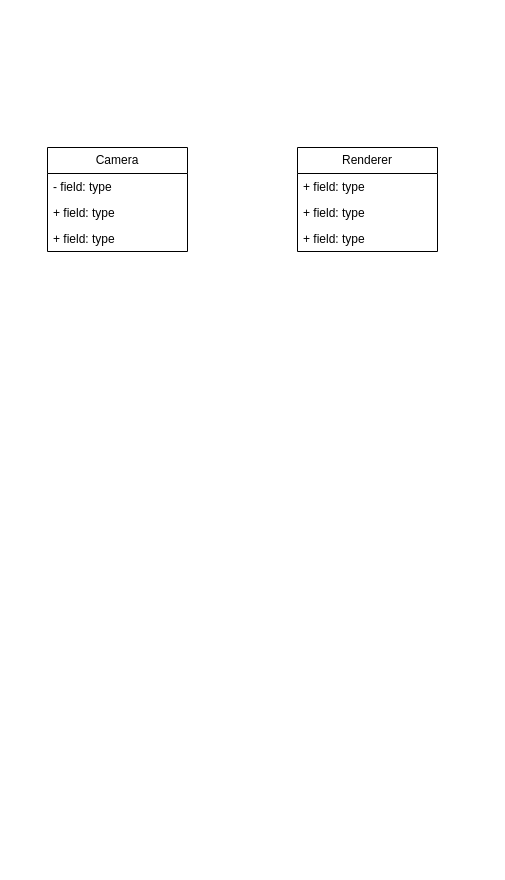
Above: TVCO.drawio in hugodlrll/TVCO3_UML (draw.io), before the change. Source tidied: cells renumbered, new cells numbered last; positions are measured from the earlier drawing's top-left corner, leaving out a move shared by most shapes. Both pictures are drawn from the tidied source at 100%, with x=0, y=0 at pixel (47, 147).
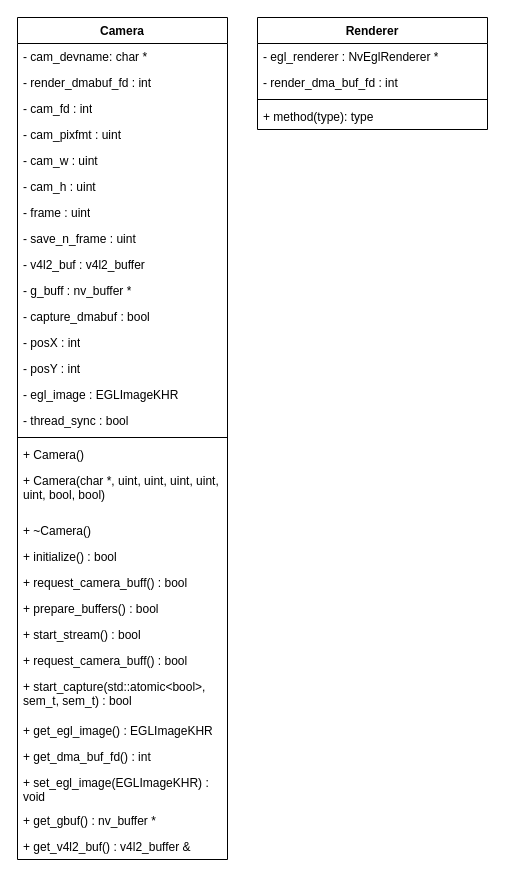
The same diagram, later.

Change to the diagram source:
```diff
@@
-    <mxCell id="2" value="Camera" style="swimlane;fontStyle=0;horizontal=1;startSize=26;fillColor=none;whiteSpace=wrap;html=1;" parent="1" vertex="1">
-      <mxGeometry width="140" height="104" as="geometry" />
+    <mxCell id="2" value="Camera" style="swimlane;fontStyle=1;align=center;verticalAlign=top;horizontal=1;startSize=26;whiteSpace=wrap;html=1;" parent="1" vertex="1">
+      <mxGeometry x="-30" y="-130" width="210" height="842" as="geometry" />
     </mxCell>
-    <mxCell id="3" value="- field: type" style="text;strokeColor=none;fillColor=none;align=left;verticalAlign=top;spacingLeft=4;spacingRight=4;overflow=hidden;whiteSpace=wrap;html=1;" parent="2" vertex="1">
-      <mxGeometry y="26" width="140" height="26" as="geometry" />
-    </mxCell>
-    <mxCell id="4" value="+ field: type" style="text;strokeColor=none;fillColor=none;align=left;verticalAlign=top;spacingLeft=4;spacingRight=4;overflow=hidden;whiteSpace=wrap;html=1;" parent="2" vertex="1">
-      <mxGeometry y="52" width="140" height="26" as="geometry" />
-    </mxCell>
-    <mxCell id="5" value="+ field: type" style="text;strokeColor=none;fillColor=none;align=left;verticalAlign=top;spacingLeft=4;spacingRight=4;overflow=hidden;whiteSpace=wrap;html=1;" parent="2" vertex="1">
-      <mxGeometry y="78" width="140" height="26" as="geometry" />
-    </mxCell>
+    <mxCell id="10" value="- cam_devname: char *" style="text;strokeColor=none;fillColor=none;align=left;verticalAlign=top;spacingLeft=4;spacingRight=4;overflow=hidden;whiteSpace=wrap;html=1;" parent="2" vertex="1">
+      <mxGeometry y="26" width="210" height="26" as="geometry" />
+    </mxCell>
+    <mxCell id="11" value="- render_dmabuf_fd : int" style="text;strokeColor=none;fillColor=none;align=left;verticalAlign=top;spacingLeft=4;spacingRight=4;overflow=hidden;whiteSpace=wrap;html=1;" parent="2" vertex="1">
+      <mxGeometry y="52" width="210" height="26" as="geometry" />
+    </mxCell>
+    <mxCell id="12" value="- cam_fd : int" style="text;strokeColor=none;fillColor=none;align=left;verticalAlign=top;spacingLeft=4;spacingRight=4;overflow=hidden;whiteSpace=wrap;html=1;" parent="2" vertex="1">
+      <mxGeometry y="78" width="210" height="26" as="geometry" />
+    </mxCell>
+    <mxCell id="13" value="- cam_pixfmt : uint" style="text;strokeColor=none;fillColor=none;align=left;verticalAlign=top;spacingLeft=4;spacingRight=4;overflow=hidden;whiteSpace=wrap;html=1;" parent="2" vertex="1">
+      <mxGeometry y="104" width="210" height="26" as="geometry" />
+    </mxCell>
+    <mxCell id="14" value="- cam_w : uint" style="text;strokeColor=none;fillColor=none;align=left;verticalAlign=top;spacingLeft=4;spacingRight=4;overflow=hidden;whiteSpace=wrap;html=1;" parent="2" vertex="1">
+      <mxGeometry y="130" width="210" height="26" as="geometry" />
+    </mxCell>
+    <mxCell id="15" value="- cam_h : uint" style="text;strokeColor=none;fillColor=none;align=left;verticalAlign=top;spacingLeft=4;spacingRight=4;overflow=hidden;whiteSpace=wrap;html=1;" parent="2" vertex="1">
+      <mxGeometry y="156" width="210" height="26" as="geometry" />
+    </mxCell>
+    <mxCell id="16" value="- frame : uint" style="text;strokeColor=none;fillColor=none;align=left;verticalAlign=top;spacingLeft=4;spacingRight=4;overflow=hidden;whiteSpace=wrap;html=1;" parent="2" vertex="1">
+      <mxGeometry y="182" width="210" height="26" as="geometry" />
+    </mxCell>
+    <mxCell id="17" value="- save_n_frame : uint" style="text;strokeColor=none;fillColor=none;align=left;verticalAlign=top;spacingLeft=4;spacingRight=4;overflow=hidden;whiteSpace=wrap;html=1;" parent="2" vertex="1">
+      <mxGeometry y="208" width="210" height="26" as="geometry" />
+    </mxCell>
+    <mxCell id="18" value="- v4l2_buf : v4l2_buffer" style="text;strokeColor=none;fillColor=none;align=left;verticalAlign=top;spacingLeft=4;spacingRight=4;overflow=hidden;whiteSpace=wrap;html=1;" parent="2" vertex="1">
+      <mxGeometry y="234" width="210" height="26" as="geometry" />
+    </mxCell>
+    <mxCell id="19" value="- g_buff : nv_buffer *" style="text;strokeColor=none;fillColor=none;align=left;verticalAlign=top;spacingLeft=4;spacingRight=4;overflow=hidden;whiteSpace=wrap;html=1;" parent="2" vertex="1">
+      <mxGeometry y="260" width="210" height="26" as="geometry" />
+    </mxCell>
+    <mxCell id="20" value="- capture_dmabuf : bool" style="text;strokeColor=none;fillColor=none;align=left;verticalAlign=top;spacingLeft=4;spacingRight=4;overflow=hidden;whiteSpace=wrap;html=1;" parent="2" vertex="1">
+      <mxGeometry y="286" width="210" height="26" as="geometry" />
+    </mxCell>
+    <mxCell id="21" value="- posX : int" style="text;strokeColor=none;fillColor=none;align=left;verticalAlign=top;spacingLeft=4;spacingRight=4;overflow=hidden;whiteSpace=wrap;html=1;" parent="2" vertex="1">
+      <mxGeometry y="312" width="210" height="26" as="geometry" />
+    </mxCell>
+    <mxCell id="22" value="- posY : int" style="text;strokeColor=none;fillColor=none;align=left;verticalAlign=top;spacingLeft=4;spacingRight=4;overflow=hidden;whiteSpace=wrap;html=1;" parent="2" vertex="1">
+      <mxGeometry y="338" width="210" height="26" as="geometry" />
+    </mxCell>
+    <mxCell id="23" value="- egl_image : EGLImageKHR" style="text;strokeColor=none;fillColor=none;align=left;verticalAlign=top;spacingLeft=4;spacingRight=4;overflow=hidden;whiteSpace=wrap;html=1;" parent="2" vertex="1">
+      <mxGeometry y="364" width="210" height="26" as="geometry" />
+    </mxCell>
+    <mxCell id="24" value="- thread_sync : bool" style="text;strokeColor=none;fillColor=none;align=left;verticalAlign=top;spacingLeft=4;spacingRight=4;overflow=hidden;whiteSpace=wrap;html=1;" parent="2" vertex="1">
+      <mxGeometry y="390" width="210" height="26" as="geometry" />
+    </mxCell>
+    <mxCell id="25" style="line;strokeWidth=1;fillColor=none;align=left;verticalAlign=middle;spacingTop=-1;spacingLeft=3;spacingRight=3;labelPosition=right;strokeColor=inherit;" parent="2" vertex="1">
+      <mxGeometry y="416" width="210" height="8" as="geometry" />
+    </mxCell>
+    <mxCell id="26" value="&lt;div&gt;+ Camera()&lt;/div&gt;&lt;div&gt;&lt;br&gt;&lt;/div&gt;" style="text;strokeColor=none;fillColor=none;align=left;verticalAlign=top;spacingLeft=4;spacingRight=4;overflow=hidden;whiteSpace=wrap;html=1;" parent="2" vertex="1">
+      <mxGeometry y="424" width="210" height="26" as="geometry" />
+    </mxCell>
+    <mxCell id="27" value="&lt;div&gt;+ Camera(char *, uint, uint, uint, uint, uint, bool, bool)&lt;/div&gt;&lt;div&gt;&lt;br&gt;&lt;/div&gt;" style="text;strokeColor=none;fillColor=none;align=left;verticalAlign=top;spacingLeft=4;spacingRight=4;overflow=hidden;whiteSpace=wrap;html=1;" parent="2" vertex="1">
+      <mxGeometry y="450" width="210" height="50" as="geometry" />
+    </mxCell>
+    <mxCell id="28" value="&lt;div&gt;+ ~Camera()&lt;/div&gt;&lt;div&gt;&lt;br&gt;&lt;/div&gt;" style="text;strokeColor=none;fillColor=none;align=left;verticalAlign=top;spacingLeft=4;spacingRight=4;overflow=hidden;whiteSpace=wrap;html=1;" parent="2" vertex="1">
+      <mxGeometry y="500" width="210" height="26" as="geometry" />
+    </mxCell>
+    <mxCell id="29" value="&lt;div&gt;+ initialize() : bool&lt;/div&gt;&lt;div&gt;&lt;br&gt;&lt;/div&gt;" style="text;strokeColor=none;fillColor=none;align=left;verticalAlign=top;spacingLeft=4;spacingRight=4;overflow=hidden;whiteSpace=wrap;html=1;" parent="2" vertex="1">
+      <mxGeometry y="526" width="210" height="26" as="geometry" />
+    </mxCell>
+    <mxCell id="30" value="&lt;div&gt;+ request_camera_buff() : bool&lt;/div&gt;&lt;div&gt;&lt;br&gt;&lt;/div&gt;" style="text;strokeColor=none;fillColor=none;align=left;verticalAlign=top;spacingLeft=4;spacingRight=4;overflow=hidden;whiteSpace=wrap;html=1;" parent="2" vertex="1">
+      <mxGeometry y="552" width="210" height="26" as="geometry" />
+    </mxCell>
+    <mxCell id="31" value="&lt;div&gt;+ prepare_buffers() : bool&lt;/div&gt;&lt;div&gt;&lt;br&gt;&lt;/div&gt;" style="text;strokeColor=none;fillColor=none;align=left;verticalAlign=top;spacingLeft=4;spacingRight=4;overflow=hidden;whiteSpace=wrap;html=1;" parent="2" vertex="1">
+      <mxGeometry y="578" width="210" height="26" as="geometry" />
+    </mxCell>
+    <mxCell id="32" value="&lt;div&gt;+ start_stream() : bool&lt;/div&gt;&lt;div&gt;&lt;br&gt;&lt;/div&gt;" style="text;strokeColor=none;fillColor=none;align=left;verticalAlign=top;spacingLeft=4;spacingRight=4;overflow=hidden;whiteSpace=wrap;html=1;" parent="2" vertex="1">
+      <mxGeometry y="604" width="210" height="26" as="geometry" />
+    </mxCell>
+    <mxCell id="33" value="&lt;div&gt;+ request_camera_buff() : bool&lt;/div&gt;&lt;div&gt;&lt;br&gt;&lt;/div&gt;" style="text;strokeColor=none;fillColor=none;align=left;verticalAlign=top;spacingLeft=4;spacingRight=4;overflow=hidden;whiteSpace=wrap;html=1;" parent="2" vertex="1">
+      <mxGeometry y="630" width="210" height="26" as="geometry" />
+    </mxCell>
+    <mxCell id="34" value="&lt;div&gt;+ start_capture(std::atomic&amp;lt;bool&amp;gt;, sem_t, sem_t) : bool&lt;/div&gt;&lt;div&gt;&lt;br&gt;&lt;/div&gt;" style="text;strokeColor=none;fillColor=none;align=left;verticalAlign=top;spacingLeft=4;spacingRight=4;overflow=hidden;whiteSpace=wrap;html=1;" parent="2" vertex="1">
+      <mxGeometry y="656" width="210" height="44" as="geometry" />
+    </mxCell>
+    <mxCell id="35" value="&lt;div&gt;+ get_egl_image() : EGLImageKHR&lt;/div&gt;&lt;div&gt;&lt;br&gt;&lt;/div&gt;" style="text;strokeColor=none;fillColor=none;align=left;verticalAlign=top;spacingLeft=4;spacingRight=4;overflow=hidden;whiteSpace=wrap;html=1;" parent="2" vertex="1">
+      <mxGeometry y="700" width="210" height="26" as="geometry" />
+    </mxCell>
+    <mxCell id="36" value="&lt;div&gt;+ get_dma_buf_fd() : int&lt;/div&gt;&lt;div&gt;&lt;br&gt;&lt;/div&gt;" style="text;strokeColor=none;fillColor=none;align=left;verticalAlign=top;spacingLeft=4;spacingRight=4;overflow=hidden;whiteSpace=wrap;html=1;" parent="2" vertex="1">
+      <mxGeometry y="726" width="210" height="26" as="geometry" />
+    </mxCell>
+    <mxCell id="37" value="&lt;div&gt;+ set_egl_image(EGLImageKHR) : void&lt;/div&gt;&lt;div&gt;&lt;br&gt;&lt;/div&gt;" style="text;strokeColor=none;fillColor=none;align=left;verticalAlign=top;spacingLeft=4;spacingRight=4;overflow=hidden;whiteSpace=wrap;html=1;" parent="2" vertex="1">
+      <mxGeometry y="752" width="210" height="38" as="geometry" />
+    </mxCell>
+    <mxCell id="38" value="&lt;div&gt;+ get_gbuf() : nv_buffer *&lt;/div&gt;&lt;div&gt;&lt;br&gt;&lt;/div&gt;" style="text;strokeColor=none;fillColor=none;align=left;verticalAlign=top;spacingLeft=4;spacingRight=4;overflow=hidden;whiteSpace=wrap;html=1;" parent="2" vertex="1">
+      <mxGeometry y="790" width="210" height="26" as="geometry" />
+    </mxCell>
+    <mxCell id="39" value="&lt;div&gt;+ get_v4l2_buf() : v4l2_buffer &amp;amp;&lt;/div&gt;&lt;div&gt;&lt;br&gt;&lt;/div&gt;" style="text;strokeColor=none;fillColor=none;align=left;verticalAlign=top;spacingLeft=4;spacingRight=4;overflow=hidden;whiteSpace=wrap;html=1;" parent="2" vertex="1">
+      <mxGeometry y="816" width="210" height="26" as="geometry" />
+    </mxCell>
-    <mxCell id="6" value="Renderer" style="swimlane;fontStyle=0;horizontal=1;startSize=26;fillColor=none;whiteSpace=wrap;html=1;" parent="1" vertex="1">
-      <mxGeometry x="250" width="140" height="104" as="geometry" />
+    <mxCell id="6" value="Renderer" style="swimlane;fontStyle=1;align=center;verticalAlign=top;horizontal=1;startSize=26;whiteSpace=wrap;html=1;" parent="1" vertex="1">
+      <mxGeometry x="210" y="-130" width="230" height="112" as="geometry" />
     </mxCell>
-    <mxCell id="7" value="+ field: type" style="text;strokeColor=none;fillColor=none;align=left;verticalAlign=top;spacingLeft=4;spacingRight=4;overflow=hidden;whiteSpace=wrap;html=1;" parent="6" vertex="1">
-      <mxGeometry y="26" width="140" height="26" as="geometry" />
-    </mxCell>
-    <mxCell id="8" value="+ field: type" style="text;strokeColor=none;fillColor=none;align=left;verticalAlign=top;spacingLeft=4;spacingRight=4;overflow=hidden;whiteSpace=wrap;html=1;" parent="6" vertex="1">
-      <mxGeometry y="52" width="140" height="26" as="geometry" />
-    </mxCell>
-    <mxCell id="9" value="+ field: type" style="text;strokeColor=none;fillColor=none;align=left;verticalAlign=top;spacingLeft=4;spacingRight=4;overflow=hidden;whiteSpace=wrap;html=1;" parent="6" vertex="1">
-      <mxGeometry y="78" width="140" height="26" as="geometry" />
-    </mxCell>
+    <mxCell id="40" value="- egl_renderer : NvEglRenderer *" style="text;strokeColor=none;fillColor=none;align=left;verticalAlign=top;spacingLeft=4;spacingRight=4;overflow=hidden;whiteSpace=wrap;html=1;" parent="6" vertex="1">
+      <mxGeometry y="26" width="230" height="26" as="geometry" />
+    </mxCell>
+    <mxCell id="41" value="- render_dma_buf_fd : int" style="text;strokeColor=none;fillColor=none;align=left;verticalAlign=top;spacingLeft=4;spacingRight=4;overflow=hidden;whiteSpace=wrap;html=1;" parent="6" vertex="1">
+      <mxGeometry y="52" width="230" height="26" as="geometry" />
+    </mxCell>
+    <mxCell id="42" style="line;strokeWidth=1;fillColor=none;align=left;verticalAlign=middle;spacingTop=-1;spacingLeft=3;spacingRight=3;labelPosition=right;strokeColor=inherit;" parent="6" vertex="1">
+      <mxGeometry y="78" width="230" height="8" as="geometry" />
+    </mxCell>
+    <mxCell id="43" value="+ method(type): type" style="text;strokeColor=none;fillColor=none;align=left;verticalAlign=top;spacingLeft=4;spacingRight=4;overflow=hidden;whiteSpace=wrap;html=1;" parent="6" vertex="1">
+      <mxGeometry y="86" width="230" height="26" as="geometry" />
+    </mxCell>
```
